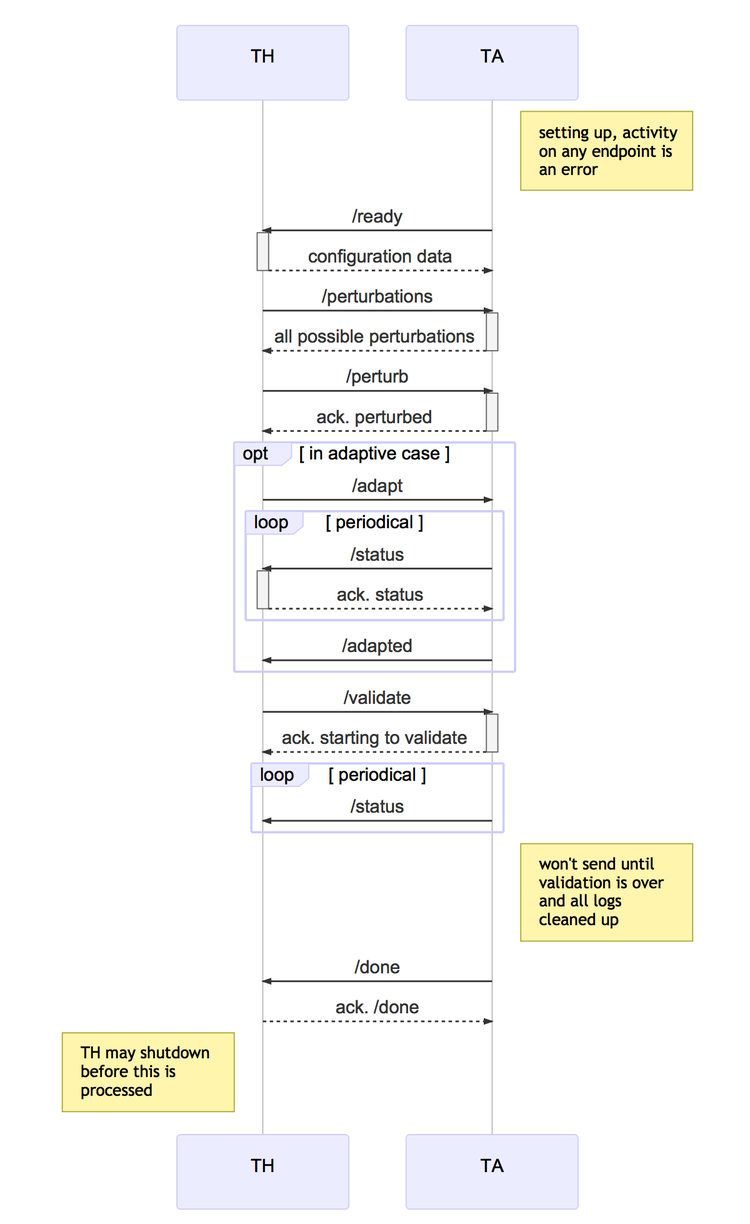
Above: documents/sequences/cp2.mmd.png in cmu-mars/cmu-robotics (Mermaid), before the change. Its source is kept beside it as documents/sequences/cp2.mmd.
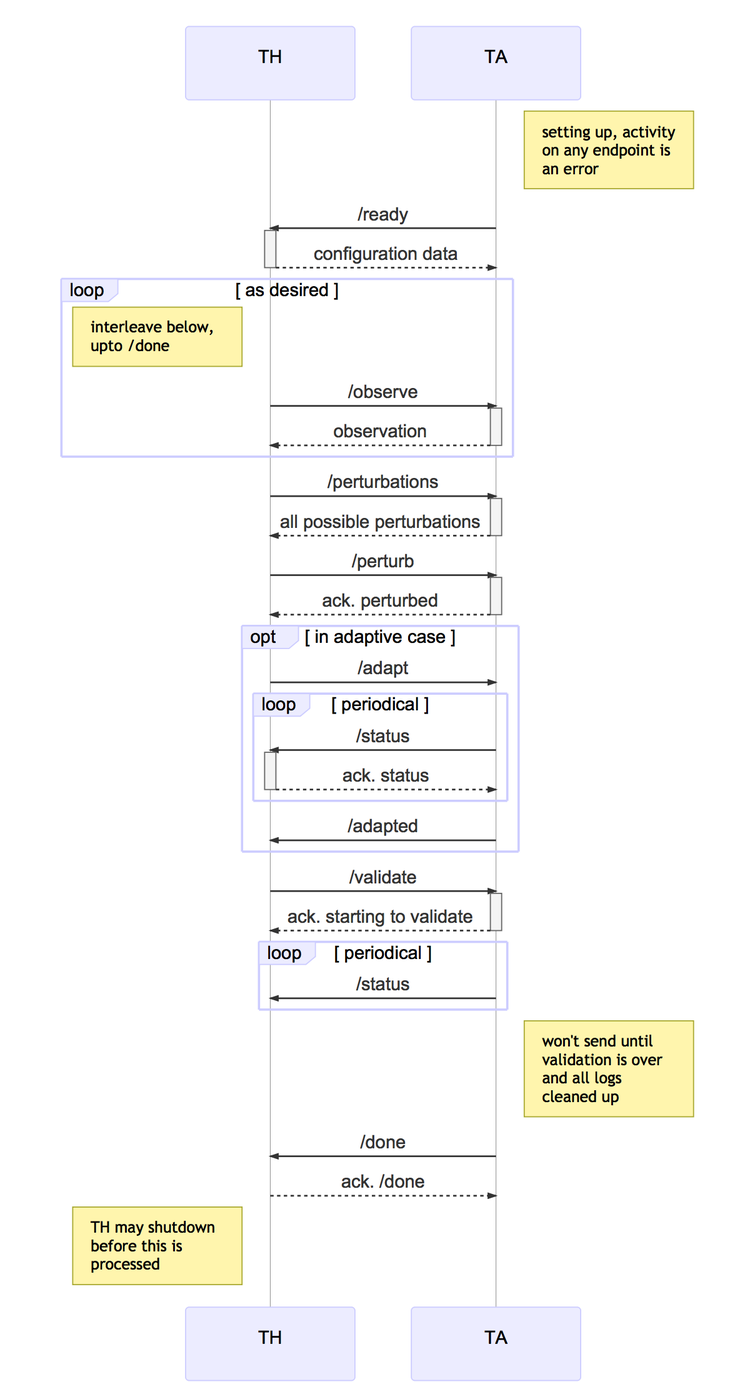
Later version of the same file.

Change to the diagram source:
```diff
@@ -6,6 +6,13 @@
 
 	TA ->>+ TH: /ready
 	TH -->>- TA: configuration data
+
+	loop as desired
+	     Note left of TH: interleave below, upto /done
+	     TH ->>+ TA: /observe
+	     TA -->>- TH: observation
+	end
+
 	TH ->>+ TA: /perturbations
 	TA -->>- TH: all possible perturbations
 	TH ->>+ TA: /perturb
```
